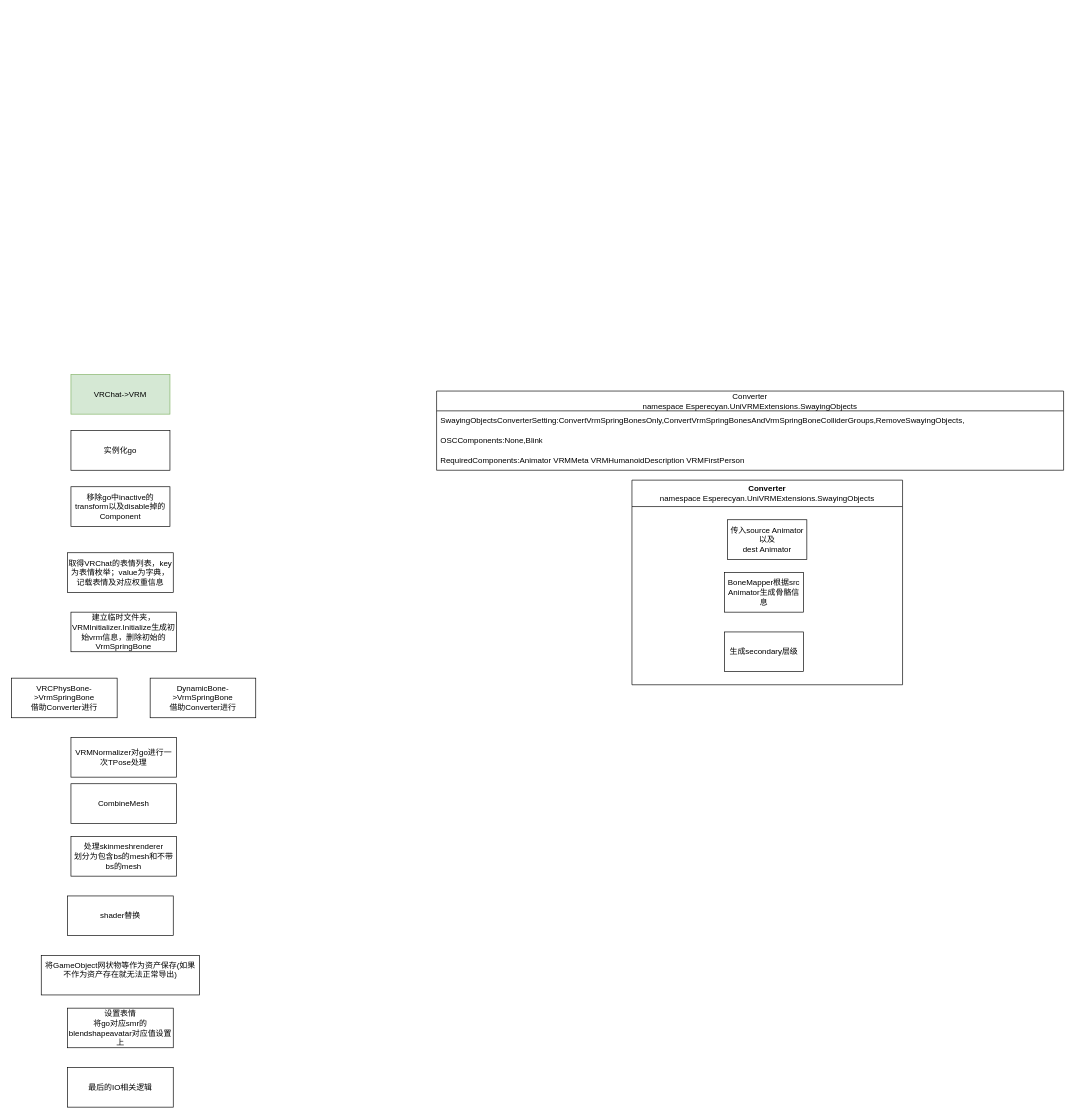
Before: VRCA.drawio in Owlcean/drawiorecord, a draw.io diagram. Source tidied: cells renumbered, new cells numbered last; positions are measured from the earlier drawing's top-left corner, leaving out a move shared by most shapes. Both pictures are drawn from the tidied source at 66%, with x=0, y=0 at pixel (11, 374).
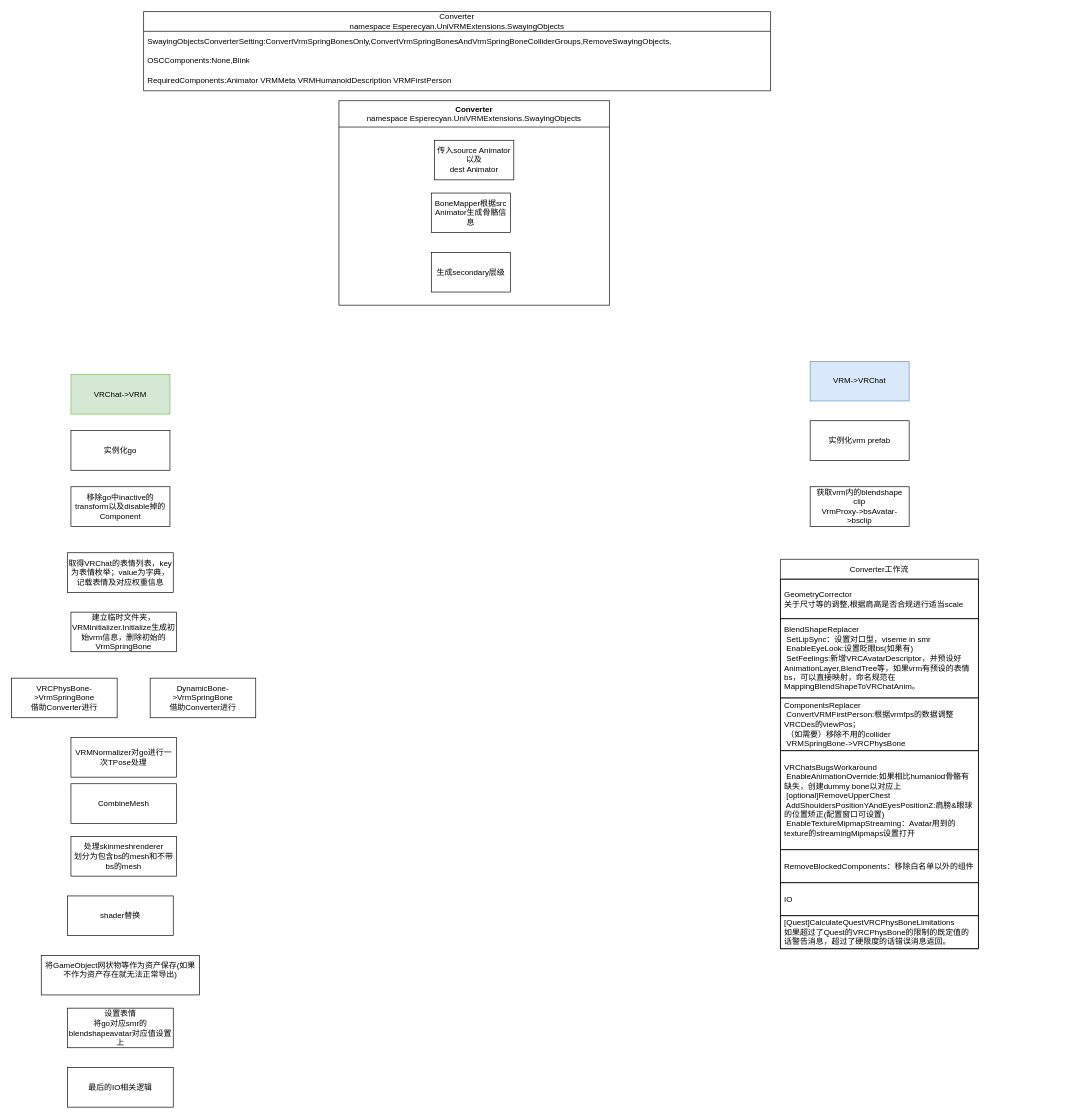
Above is the later version.

Change to the diagram source:
```diff
@@
     <mxCell id="8" value="Converter&lt;br&gt;namespace Esperecyan.UniVRMExtensions.SwayingObjects" style="swimlane;fontStyle=0;horizontal=1;startSize=30;whiteSpace=wrap;html=1;" parent="1" vertex="1">
-      <mxGeometry x="644" y="25" width="950" height="120" as="geometry" />
+      <mxGeometry x="200" y="-550" width="950" height="120" as="geometry" />
     </mxCell>
@@
     <mxCell id="12" value="Converter&lt;br style=&quot;border-color: var(--border-color); font-weight: 400;&quot;&gt;&lt;span style=&quot;font-weight: 400;&quot;&gt;namespace Esperecyan.UniVRMExtensions.SwayingObjects&lt;/span&gt;" style="swimlane;whiteSpace=wrap;html=1;startSize=40;" parent="1" vertex="1">
-      <mxGeometry x="940" y="160" width="410" height="310" as="geometry" />
+      <mxGeometry x="496" y="-415" width="410" height="310" as="geometry" />
     </mxCell>
@@
+    <mxCell id="24" value="VRM-&amp;gt;VRChat" style="rounded=0;whiteSpace=wrap;html=1;fillColor=#dae8fc;strokeColor=#6c8ebf;" parent="1" vertex="1">
+      <mxGeometry x="1210" y="-20" width="150" height="60" as="geometry" />
+    </mxCell>
+    <mxCell id="25" value="实例化vrm prefab" style="rounded=0;whiteSpace=wrap;html=1;" parent="1" vertex="1">
+      <mxGeometry x="1210" y="70" width="150" height="60" as="geometry" />
+    </mxCell>
+    <mxCell id="26" value="获取vrm内的blendshape clip&lt;br&gt;VrmProxy-&amp;gt;bsAvatar-&amp;gt;bsclip" style="rounded=0;whiteSpace=wrap;html=1;" parent="1" vertex="1">
+      <mxGeometry x="1210" y="170" width="150" height="60" as="geometry" />
+    </mxCell>
+    <mxCell id="27" value="Converter工作流" style="swimlane;fontStyle=0;horizontal=1;startSize=30;whiteSpace=wrap;html=1;" parent="1" vertex="1">
+      <mxGeometry x="1165" y="280" width="300" height="590" as="geometry" />
+    </mxCell>
+    <mxCell id="28" value="GeometryCorrector&lt;br&gt;关于尺寸等的调整,根据肩高是否合规进行适当scale" style="text;strokeColor=default;fillColor=none;align=left;verticalAlign=middle;spacingLeft=4;spacingRight=4;overflow=hidden;whiteSpace=wrap;html=1;" parent="27" vertex="1">
+      <mxGeometry y="30" width="300" height="60" as="geometry" />
+    </mxCell>
+    <mxCell id="29" value="BlendShapeReplacer&lt;br&gt;&lt;span style=&quot;&quot;&gt; &lt;/span&gt;&lt;span style=&quot;white-space: pre;&quot;&gt; &lt;/span&gt;SetLipSync：设置对口型，viseme in smr&lt;br&gt;&lt;span style=&quot;white-space: pre;&quot;&gt; &lt;/span&gt;EnableEyeLook:设置眨眼bs(如果有)&lt;br&gt;&lt;span style=&quot;white-space: pre;&quot;&gt; &lt;/span&gt;SetFeelings:新增VRCAvatarDescriptor，并预设好AnimationLayer,BlendTree等，如果vrm有预设的表情bs，可以直接映射，命名规范在MappingBlendShapeToVRChatAnim。&lt;br&gt;" style="text;strokeColor=default;fillColor=none;align=left;verticalAlign=middle;spacingLeft=4;spacingRight=4;overflow=hidden;whiteSpace=wrap;html=1;" parent="27" vertex="1">
+      <mxGeometry y="90" width="300" height="120" as="geometry" />
+    </mxCell>
+    <mxCell id="30" value="ComponentsReplacer&lt;br&gt;&lt;span style=&quot;&quot;&gt; &lt;/span&gt;&lt;span style=&quot;white-space: pre;&quot;&gt; &lt;/span&gt;ConvertVRMFirstPerson:根据vrmfps的数据调整VRCDes的viewPos；&lt;br&gt;&lt;span style=&quot;white-space: pre;&quot;&gt; &lt;/span&gt;（如需要）移除不用的collider&lt;br&gt;&lt;span style=&quot;white-space: pre;&quot;&gt; &lt;/span&gt;VRMSpringBone-&amp;gt;VRCPhysBone" style="text;strokeColor=default;fillColor=none;align=left;verticalAlign=middle;spacingLeft=4;spacingRight=4;overflow=hidden;whiteSpace=wrap;html=1;" parent="27" vertex="1">
+      <mxGeometry y="210" width="300" height="80" as="geometry" />
+    </mxCell>
+    <mxCell id="31" value="VRChatsBugsWorkaround&lt;br&gt;&lt;span style=&quot;&quot;&gt; &lt;/span&gt;&lt;span style=&quot;white-space: pre;&quot;&gt; &lt;/span&gt;EnableAnimationOverride:如果相比humaniod骨骼有缺失，创建dummy bone以对应上&lt;br&gt;&lt;span style=&quot;&quot;&gt; &lt;/span&gt;&lt;span style=&quot;&quot;&gt; &lt;/span&gt;&lt;span style=&quot;&quot;&gt; &lt;/span&gt;&lt;span style=&quot;white-space: pre;&quot;&gt; &lt;/span&gt;[optional]RemoveUpperChest&lt;br&gt;&lt;span style=&quot;&quot;&gt; &lt;/span&gt;&lt;span style=&quot;&quot;&gt; &lt;/span&gt;&lt;span style=&quot;white-space: pre;&quot;&gt; &lt;/span&gt;AddShouldersPositionYAndEyesPositionZ:肩膀&amp;amp;眼球的位置矫正(配置窗口可设置)&lt;br&gt;&lt;span style=&quot;white-space: pre;&quot;&gt; &lt;/span&gt;EnableTextureMipmapStreaming：Avatar用到的texture的streamingMipmaps设置打开" style="text;strokeColor=default;fillColor=none;align=left;verticalAlign=middle;spacingLeft=4;spacingRight=4;overflow=hidden;whiteSpace=wrap;html=1;" parent="27" vertex="1">
+      <mxGeometry y="290" width="300" height="150" as="geometry" />
+    </mxCell>
+    <mxCell id="32" value="RemoveBlockedComponents：移除白名单以外的组件" style="text;strokeColor=default;fillColor=none;align=left;verticalAlign=middle;spacingLeft=4;spacingRight=4;overflow=hidden;whiteSpace=wrap;html=1;" parent="27" vertex="1">
+      <mxGeometry y="440" width="300" height="50" as="geometry" />
+    </mxCell>
+    <mxCell id="33" value="IO" style="text;strokeColor=default;fillColor=none;align=left;verticalAlign=middle;spacingLeft=4;spacingRight=4;overflow=hidden;whiteSpace=wrap;html=1;" parent="27" vertex="1">
+      <mxGeometry y="490" width="300" height="50" as="geometry" />
+    </mxCell>
+    <mxCell id="34" value="[Quest]CalculateQuestVRCPhysBoneLimitations&lt;br&gt;如果超过了Quest的VRCPhysBone的限制的既定值的话警告消息，超过了硬限度的话错误消息返回。" style="text;strokeColor=default;fillColor=none;align=left;verticalAlign=middle;spacingLeft=4;spacingRight=4;overflow=hidden;whiteSpace=wrap;html=1;" parent="27" vertex="1">
+      <mxGeometry y="540" width="300" height="50" as="geometry" />
+    </mxCell>
```
